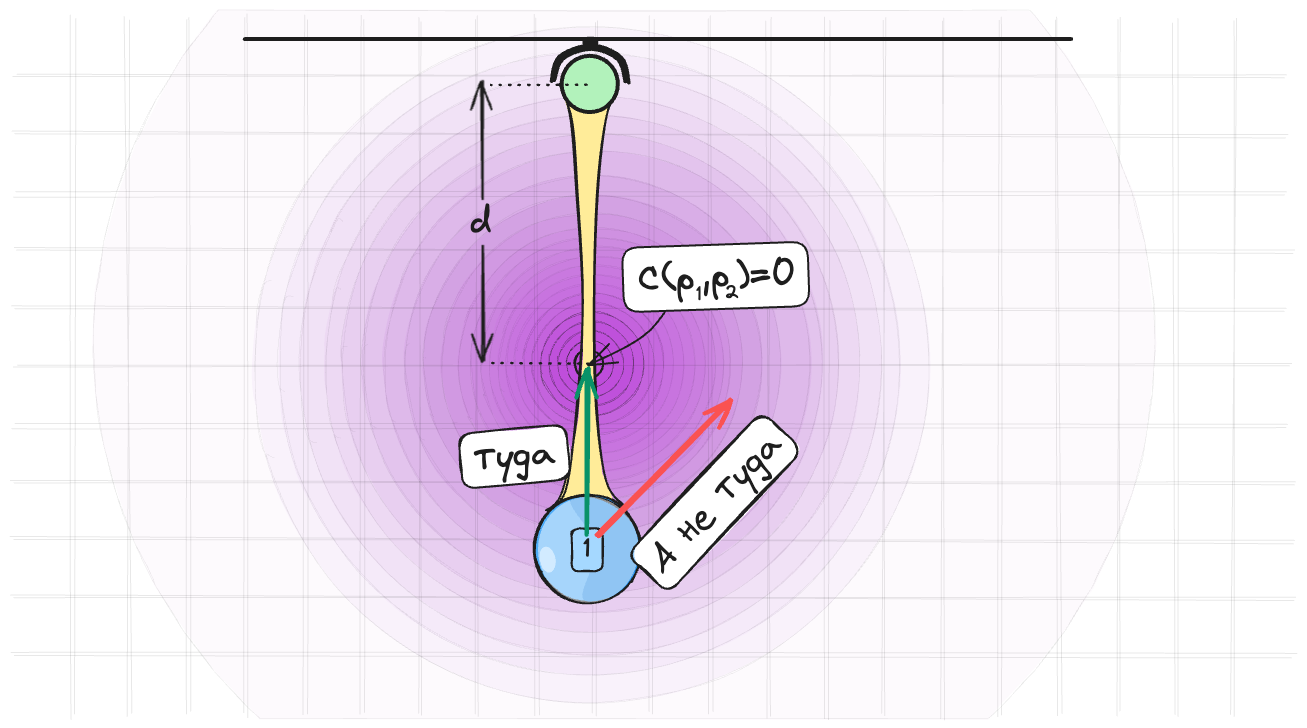
kozakromch/game_physics_2 keeps this Excalidraw diagram as assets/images/constraints/pbd/stretch_grad.excalidraw.png. Above is the earlier version. Source tidied: one line per element, renumbered; positions are measured from the earlier drawing's top-left corner, leaving out a move shared by most shapes.
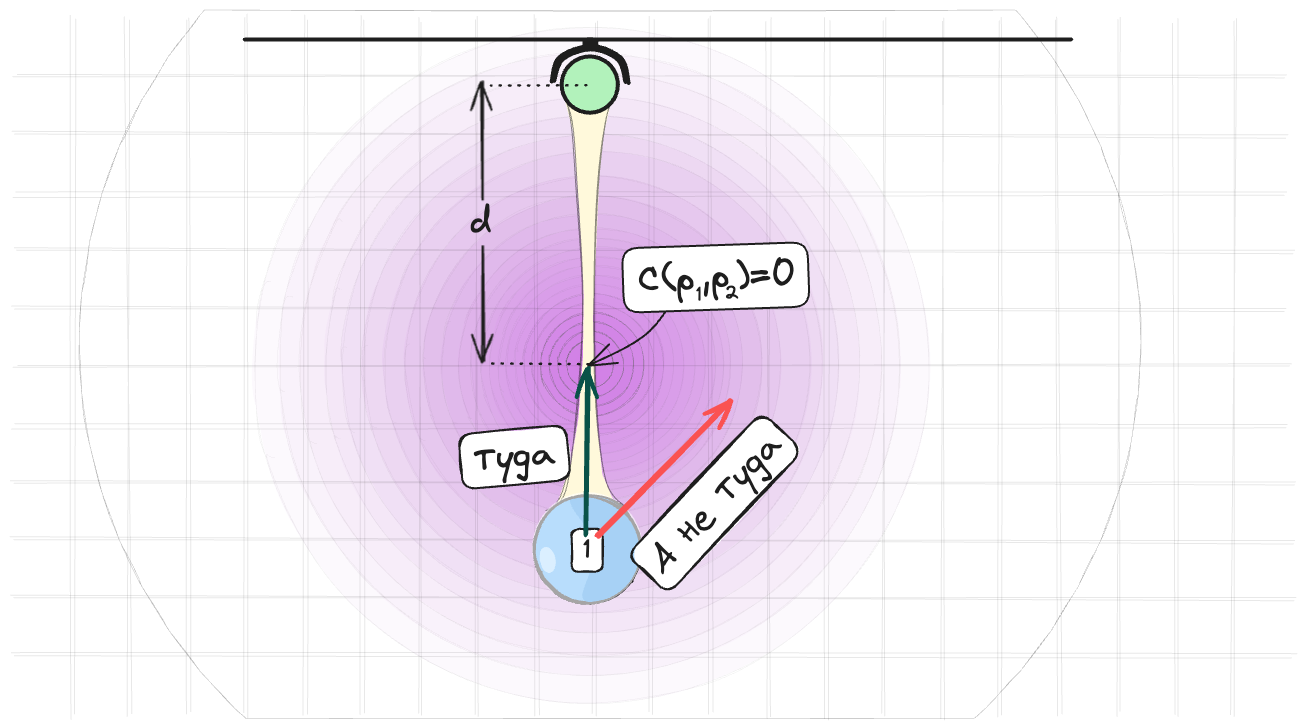
The same diagram one commit later.

Diff of the diagram source:
```diff
@@ -1,2 +1,1 @@
-{"id": 0, "type": "line", "strokeColor": "#1e1e1e", "backgroundColor": "hsla(288, 54%, 86%, 1)", "fillStyle": "solid", "strokeWidth": 0.5, "roughness": 1, "opacity": 10, "x": 1429, "y": 384, "width": 1062, "height": 708, "points": [[0, 0], [-8, 50], [-20, 99], [-38, 147], [-60, 193], [-87, 236], [-118, 277], [-153, 315], [-164, 324], [-893, 324], [-904, 315], [-939, 277], [-970, 236], [-997, 193], [-1019, 147], [-1036, 99], [-1049, 50], [-1057, 0], [-1059, -51], [-1057, -101], [-1049, -151], [-1036, -201], [-1019, -248], [-997, -294], [-970, -338], [-939, -378], [-934, -384], [-123, -384], [-118, -378], [-87, -338], [-60, -294], [-38, -248], [-20, -201], [-8, -151], [0, -101], [3, -51], [0, 0]]}
 {"id": 1, "type": "ellipse", "strokeColor": "#1e1e1e", "angle": 4.71, "backgroundColor": "hsla(287, 54%, 78%, 1)", "fillStyle": "solid", "strokeWidth": 0.5, "roughness": 1, "opacity": 10, "x": 530, "y": 17, "width": 675, "height": 675}
@@ -11,3 +10,3 @@
 {"id": 10, "type": "ellipse", "strokeColor": "#1e1e1e", "angle": 4.71, "backgroundColor": "#be4bdb", "fillStyle": "solid", "strokeWidth": 0.5, "roughness": 1, "opacity": 10, "x": 717, "y": 203, "width": 302, "height": 302}
-{"id": 11, "type": "ellipse", "strokeColor": "#1e1e1e", "angle": 4.71, "backgroundColor": "#be4bdb", "fillStyle": "solid", "strokeWidth": 0.5, "roughness": 1, "opacity": 10, "x": 734, "y": 218, "width": 272, "height": 272}
+{"id": 11, "type": "ellipse", "strokeColor": "#1e1e1e", "angle": 4.71, "backgroundColor": "#be4bdb", "fillStyle": "solid", "strokeWidth": 0.5, "roughness": 1, "opacity": 10, "x": 735, "y": 218, "width": 272, "height": 272}
 {"id": 12, "type": "ellipse", "strokeColor": "#1e1e1e", "angle": 4.71, "backgroundColor": "#be4bdb", "fillStyle": "solid", "strokeWidth": 0.5, "roughness": 1, "opacity": 10, "x": 746, "y": 227, "width": 254, "height": 254}
@@ -24,3 +23,4 @@
 {"id": 23, "type": "ellipse", "strokeColor": "#1e1e1e", "angle": 4.71, "backgroundColor": "#be4bdb", "fillStyle": "solid", "strokeWidth": 0.5, "roughness": 1, "opacity": 70, "x": 842, "y": 330, "width": 47, "height": 47}
-{"id": 24, "type": "ellipse", "strokeColor": "#1e1e1e", "angle": 4.71, "backgroundColor": "#be4bdb", "fillStyle": "solid", "strokeWidth": 2, "roughness": 1, "x": 851, "y": 340, "width": 28, "height": 28}
+{"id": 24, "type": "ellipse", "strokeColor": "transparent", "angle": 4.71, "backgroundColor": "#be4bdb", "fillStyle": "solid", "strokeWidth": 2, "roughness": 1, "x": 851, "y": 340, "width": 28, "height": 28}
+{"id": 0, "type": "line", "strokeColor": "#1e1e1e", "backgroundColor": "#ffffff", "fillStyle": "solid", "strokeWidth": 0.5, "roughness": 1, "opacity": 30, "x": 1415, "y": 383, "width": 1062, "height": 708, "points": [[0, 0], [-8, 50], [-20, 99], [-38, 147], [-60, 193], [-87, 236], [-118, 277], [-153, 315], [-164, 324], [-893, 324], [-904, 315], [-939, 277], [-970, 236], [-997, 193], [-1019, 147], [-1036, 99], [-1049, 50], [-1057, 0], [-1059, -51], [-1057, -101], [-1049, -151], [-1036, -201], [-1019, -248], [-997, -294], [-970, -338], [-939, -378], [-934, -384], [-123, -384], [-118, -378], [-87, -338], [-60, -294], [-38, -248], [-20, -201], [-8, -151], [0, -101], [3, -51], [0, 0]]}
 {"id": 25, "type": "ellipse", "strokeColor": "#1e1e1e", "angle": 4.71, "backgroundColor": "#be4bdb", "fillStyle": "solid", "strokeWidth": 0.5, "roughness": 1, "opacity": 10, "x": 859, "y": 349, "width": 10, "height": 10}
@@ -31,3 +31,3 @@
 {"id": 30, "type": "line", "strokeColor": "#1e1e1e", "backgroundColor": "#be4bdb", "fillStyle": "hachure", "strokeWidth": 1, "roughness": 2, "opacity": 10, "round": true, "x": 290, "y": 183, "width": 1273, "height": 0, "points": [[0, 0], [1273, 0]]}
-{"id": 31, "type": "line", "strokeColor": "#1e1e1e", "backgroundColor": "#be4bdb", "fillStyle": "hachure", "strokeWidth": 1, "roughness": 2, "opacity": 10, "round": true, "x": 290, "y": 531, "width": 1278, "height": 0, "points": [[0, 0], [1278, 0]]}
+{"id": 31, "type": "line", "strokeColor": "#1e1e1e", "backgroundColor": "#be4bdb", "fillStyle": "hachure", "strokeWidth": 1, "roughness": 2, "opacity": 10, "round": true, "x": 290, "y": 530, "width": 1278, "height": 0, "points": [[0, 0], [1278, 0]]}
 {"id": 32, "type": "line", "strokeColor": "#1e1e1e", "backgroundColor": "#be4bdb", "fillStyle": "hachure", "strokeWidth": 1, "roughness": 2, "opacity": 10, "round": true, "x": 290, "y": 240, "width": 1280, "height": 0, "points": [[0, 0], [1280, 0]]}
@@ -35,5 +35,5 @@
 {"id": 34, "type": "line", "strokeColor": "#1e1e1e", "backgroundColor": "#be4bdb", "fillStyle": "hachure", "strokeWidth": 1, "roughness": 2, "opacity": 10, "round": true, "x": 290, "y": 299, "width": 1271, "height": 0, "points": [[0, 0], [1271, 0]]}
-{"id": 35, "type": "line", "strokeColor": "#1e1e1e", "backgroundColor": "#be4bdb", "fillStyle": "hachure", "strokeWidth": 1, "roughness": 2, "opacity": 10, "round": true, "x": 290, "y": 647, "width": 1279, "height": 0, "points": [[0, 0], [1279, 0]]}
+{"id": 35, "type": "line", "strokeColor": "#1e1e1e", "backgroundColor": "#be4bdb", "fillStyle": "hachure", "strokeWidth": 1, "roughness": 2, "opacity": 10, "round": true, "x": 290, "y": 646, "width": 1279, "height": 0, "points": [[0, 0], [1279, 0]]}
 {"id": 36, "type": "line", "strokeColor": "#1e1e1e", "backgroundColor": "#be4bdb", "fillStyle": "hachure", "strokeWidth": 1, "roughness": 2, "opacity": 10, "round": true, "x": 291, "y": 356, "width": 1277, "height": 0, "points": [[0, 0], [1277, 0]]}
-{"id": 37, "type": "line", "strokeColor": "#1e1e1e", "angle": 1.57, "backgroundColor": "#be4bdb", "fillStyle": "hachure", "strokeWidth": 1, "roughness": 2, "opacity": 10, "round": true, "x": 581, "y": 355, "width": 696, "height": 0, "points": [[0, 0], [696, 0]]}
+{"id": 37, "type": "line", "strokeColor": "#1e1e1e", "angle": 1.57, "backgroundColor": "#be4bdb", "fillStyle": "hachure", "strokeWidth": 1, "roughness": 2, "opacity": 10, "round": true, "x": 581, "y": 354, "width": 696, "height": 0, "points": [[0, 0], [696, 0]]}
 {"id": 38, "type": "line", "strokeColor": "#1e1e1e", "angle": 1.57, "backgroundColor": "#be4bdb", "fillStyle": "hachure", "strokeWidth": 1, "roughness": 2, "opacity": 10, "round": true, "x": 233, "y": 356, "width": 696, "height": 0, "points": [[0, 0], [696, 0]]}
@@ -42,3 +42,3 @@
 {"id": 41, "type": "line", "strokeColor": "#1e1e1e", "angle": 1.57, "backgroundColor": "#be4bdb", "fillStyle": "hachure", "strokeWidth": 1, "roughness": 2, "opacity": 10, "round": true, "x": 465, "y": 356, "width": 697, "height": 0, "points": [[0, 0], [697, 0]]}
-{"id": 42, "type": "line", "strokeColor": "#1e1e1e", "angle": 1.57, "backgroundColor": "#be4bdb", "fillStyle": "hachure", "strokeWidth": 1, "roughness": 2, "opacity": 10, "round": true, "x": 116, "y": 357, "width": 697, "height": 0, "points": [[0, 0], [697, 0]]}
+{"id": 42, "type": "line", "strokeColor": "#1e1e1e", "angle": 1.57, "backgroundColor": "#be4bdb", "fillStyle": "hachure", "strokeWidth": 1, "roughness": 2, "opacity": 10, "round": true, "x": 116, "y": 356, "width": 697, "height": 0, "points": [[0, 0], [697, 0]]}
 {"id": 43, "type": "line", "strokeColor": "#1e1e1e", "angle": 1.57, "backgroundColor": "#be4bdb", "fillStyle": "hachure", "strokeWidth": 1, "roughness": 2, "opacity": 10, "round": true, "x": 406, "y": 356, "width": 697, "height": 0, "points": [[0, 0], [697, 0]]}
@@ -49,4 +49,4 @@
 {"id": 48, "type": "line", "strokeColor": "#1e1e1e", "angle": 1.57, "backgroundColor": "#be4bdb", "fillStyle": "hachure", "strokeWidth": 1, "roughness": 2, "opacity": 10, "round": true, "x": 639, "y": 356, "width": 697, "height": 0, "points": [[0, 0], [697, 0]]}
-{"id": 49, "type": "line", "strokeColor": "#1e1e1e", "angle": 1.57, "backgroundColor": "#be4bdb", "fillStyle": "hachure", "strokeWidth": 1, "roughness": 2, "opacity": 10, "round": true, "x": 929, "y": 357, "width": 696, "height": 0, "points": [[0, 0], [696, 0]]}
+{"id": 49, "type": "line", "strokeColor": "#1e1e1e", "angle": 1.57, "backgroundColor": "#be4bdb", "fillStyle": "hachure", "strokeWidth": 1, "roughness": 2, "opacity": 10, "round": true, "x": 929, "y": 356, "width": 696, "height": 0, "points": [[0, 0], [696, 0]]}
-{"id": 50, "type": "line", "strokeColor": "#1e1e1e", "angle": 1.57, "backgroundColor": "#be4bdb", "fillStyle": "hachure", "strokeWidth": 1, "roughness": 2, "opacity": 10, "round": true, "x": 871, "y": 357, "width": 697, "height": 0, "points": [[0, 0], [697, 0]]}
+{"id": 50, "type": "line", "strokeColor": "#1e1e1e", "angle": 1.57, "backgroundColor": "#be4bdb", "fillStyle": "hachure", "strokeWidth": 1, "roughness": 2, "opacity": 10, "round": true, "x": 871, "y": 356, "width": 697, "height": 0, "points": [[0, 0], [697, 0]]}
 {"id": 51, "type": "line", "strokeColor": "#1e1e1e", "angle": 1.57, "backgroundColor": "#be4bdb", "fillStyle": "hachure", "strokeWidth": 1, "roughness": 2, "opacity": 10, "round": true, "x": 1161, "y": 356, "width": 697, "height": 0, "points": [[0, 0], [697, 0]]}
@@ -54,15 +54,15 @@
 {"id": 53, "type": "line", "strokeColor": "#1e1e1e", "angle": 1.57, "backgroundColor": "#be4bdb", "fillStyle": "hachure", "strokeWidth": 1, "roughness": 2, "opacity": 10, "round": true, "x": 1103, "y": 356, "width": 697, "height": 0, "points": [[0, 0], [697, 0]]}
-{"id": 54, "type": "line", "strokeColor": "#1e1e1e", "angle": 1.57, "backgroundColor": "#be4bdb", "fillStyle": "hachure", "strokeWidth": 1, "roughness": 2, "opacity": 10, "round": true, "x": 755, "y": 357, "width": 697, "height": 0, "points": [[0, 0], [697, 0]]}
+{"id": 54, "type": "line", "strokeColor": "#1e1e1e", "angle": 1.57, "backgroundColor": "#be4bdb", "fillStyle": "hachure", "strokeWidth": 1, "roughness": 2, "opacity": 10, "round": true, "x": 755, "y": 356, "width": 697, "height": 0, "points": [[0, 0], [697, 0]]}
 {"id": 55, "type": "line", "strokeColor": "#1e1e1e", "angle": 1.57, "backgroundColor": "#be4bdb", "fillStyle": "hachure", "strokeWidth": 1, "roughness": 2, "opacity": 10, "round": true, "x": 1045, "y": 357, "width": 697, "height": 0, "points": [[0, 0], [697, 0]]}
 {"id": 56, "type": "line", "strokeColor": "#1e1e1e", "angle": 1.57, "backgroundColor": "#be4bdb", "fillStyle": "hachure", "strokeWidth": 1, "roughness": 2, "opacity": 10, "round": true, "x": 697, "y": 356, "width": 697, "height": 0, "points": [[0, 0], [697, 0]]}
-{"id": 57, "type": "line", "strokeColor": "#1e1e1e", "angle": 1.57, "backgroundColor": "#be4bdb", "fillStyle": "hachure", "strokeWidth": 1, "roughness": 2, "opacity": 10, "round": true, "x": 987, "y": 357, "width": 696, "height": 0, "points": [[0, 0], [696, 0]]}
+{"id": 57, "type": "line", "strokeColor": "#1e1e1e", "angle": 1.57, "backgroundColor": "#be4bdb", "fillStyle": "hachure", "strokeWidth": 1, "roughness": 2, "opacity": 10, "round": true, "x": 987, "y": 356, "width": 696, "height": 0, "points": [[0, 0], [696, 0]]}
-{"id": 58, "type": "line", "strokeColor": "transparent", "angle": 4.72, "backgroundColor": "#ffec99", "fillStyle": "solid", "strokeWidth": 1, "roughness": 0, "x": 861, "y": 279, "width": 424, "height": 59, "points": [[0, 0], [89, -5], [165, -12], [214, -26], [201, 9], [198, 27], [162, 19], [116, 15], [-23, 9], [-86, 12], [-130, 14], [-178, 20], [-209, 33], [-200, 5], [-209, -25], [-168, -12], [-123, -5], [-62, 0], [0, 0]]}
+{"id": 58, "type": "line", "strokeColor": "transparent", "angle": 4.72, "backgroundColor": "#fff9db", "fillStyle": "solid", "strokeWidth": 1, "roughness": 0, "x": 861, "y": 279, "width": 424, "height": 59, "points": [[0, 0], [89, -5], [165, -12], [214, -26], [201, 9], [198, 27], [162, 19], [116, 15], [-23, 9], [-86, 12], [-130, 14], [-178, 20], [-209, 33], [-200, 5], [-209, -25], [-168, -12], [-123, -5], [-62, 0], [0, 0]]}
-{"id": 59, "type": "line", "strokeColor": "#1e1e1e", "angle": 3.84, "strokeWidth": 2, "roughness": 1, "round": true, "x": 761, "y": 131, "width": 272, "height": 314, "points": [[0, 0], [30, 8], [85, 59], [158, 142], [224, 226], [264, 286], [272, 314]]}
+{"id": 59, "type": "line", "strokeColor": "#1e1e1e", "angle": 3.84, "strokeWidth": 1, "roughness": 1, "opacity": 50, "round": true, "x": 761, "y": 131, "width": 272, "height": 314, "points": [[0, 0], [30, 8], [85, 59], [158, 142], [224, 226], [264, 286], [272, 314]]}
-{"id": 60, "type": "line", "strokeColor": "#1e1e1e", "angle": 4.09, "strokeWidth": 2, "roughness": 1, "round": true, "x": 999, "y": 418, "width": 338, "height": 261, "points": [[0, 0], [-36, -13], [-95, -49], [-192, -110], [-279, -181], [-332, -236], [-338, -261]]}
+{"id": 60, "type": "line", "strokeColor": "#1e1e1e", "angle": 4.09, "strokeWidth": 1, "roughness": 1, "opacity": 50, "round": true, "x": 999, "y": 418, "width": 338, "height": 261, "points": [[0, 0], [-36, -13], [-95, -49], [-192, -110], [-279, -181], [-332, -236], [-338, -261]]}
 {"id": 61, "type": "ellipse", "strokeColor": "#1e1e1e", "angle": 2.4, "backgroundColor": "#4dabf7", "fillStyle": "solid", "strokeWidth": 2, "roughness": 1, "x": 810, "y": 485, "width": 108, "height": 108}
 {"id": 62, "type": "line", "strokeColor": "transparent", "angle": 4.37, "backgroundColor": "#228be6", "fillStyle": "solid", "strokeWidth": 1, "roughness": 0, "round": true, "x": 871, "y": 570, "width": 106, "height": 73, "points": [[0, 0], [-18, -5], [-31, -15], [-42, -32], [-46, -55], [-36, -73], [6, -44], [53, -53], [60, -46], [54, -27], [43, -13], [25, -2], [0, 0]]}
-{"id": 63, "type": "ellipse", "strokeColor": "#a5d8ff", "angle": 4.54, "backgroundColor": "#a5d8ff", "fillStyle": "solid", "strokeWidth": 1, "roughness": 1, "round": true, "x": 811, "y": 543, "width": 25, "height": 14}
+{"id": 63, "type": "ellipse", "strokeColor": "#a5d8ff", "angle": 4.54, "backgroundColor": "#a5d8ff", "fillStyle": "solid", "strokeWidth": 1, "roughness": 1, "round": true, "x": 811, "y": 542, "width": 25, "height": 14}
 {"id": 64, "type": "ellipse", "strokeColor": "#1e1e1e", "angle": 3.84, "strokeWidth": 2, "roughness": 1, "round": true, "x": 810, "y": 487, "width": 108, "height": 105}
-{"id": 65, "type": "ellipse", "strokeColor": "transparent", "angle": 4.71, "backgroundColor": "#ffffff", "fillStyle": "solid", "strokeWidth": 4, "roughness": 0, "opacity": 50, "round": true, "x": 811, "y": 489, "width": 106, "height": 101}
+{"id": 65, "type": "ellipse", "strokeColor": "transparent", "angle": 4.71, "backgroundColor": "#ffffff", "fillStyle": "solid", "strokeWidth": 4, "roughness": 0, "opacity": 60, "round": true, "x": 807, "y": 483, "width": 113, "height": 110}
-{"id": 66, "type": "rectangle", "strokeColor": "#1e1e1e", "angle": 6.28, "backgroundColor": "#a5d8ff", "fillStyle": "solid", "strokeWidth": 2, "roughness": 1, "round": true, "x": 848, "y": 518, "width": 31, "height": 43}
+{"id": 66, "type": "rectangle", "strokeColor": "#1e1e1e", "angle": 6.28, "backgroundColor": "#ffffff", "fillStyle": "solid", "strokeWidth": 2, "roughness": 1, "round": true, "x": 848, "y": 518, "width": 31, "height": 43}
 {"id": 67, "type": "text", "text": "1", "strokeColor": "#1e1e1e", "angle": 6.28, "backgroundColor": "#ffffff", "fillStyle": "solid", "strokeWidth": 2, "roughness": 1, "fontSize": 26.31, "fontFamily": 1, "textAlign": "center", "verticalAlign": "middle", "inside": 66, "x": 860, "y": 523, "width": 7, "height": 33}
@@ -78,3 +78,3 @@
 {"id": 77, "type": "text", "text": "2", "strokeColor": "#1e1e1e", "angle": 6.26, "backgroundColor": "#ffffff", "fillStyle": "solid", "strokeWidth": 2, "roughness": 0, "fontSize": 20, "fontFamily": 1, "x": 1000, "y": 270, "width": 14, "height": 25}
-{"id": 78, "type": "arrow", "strokeColor": "#099268", "angle": 4.71, "backgroundColor": "#ffec99", "fillStyle": "solid", "strokeWidth": 4, "roughness": 1, "endArrowhead": "arrow", "round": true, "from": 10, "x": 780, "y": 440, "width": 167, "height": 3, "points": [[0, 0], [167, 3]]}
+{"id": 78, "type": "arrow", "strokeColor": "#095248", "angle": 4.71, "backgroundColor": "#ffec99", "fillStyle": "solid", "strokeWidth": 4, "roughness": 1, "endArrowhead": "arrow", "round": true, "from": 10, "x": 780, "y": 439, "width": 167, "height": 3, "points": [[0, 0], [167, 3]]}
 {"id": 79, "type": "rectangle", "strokeColor": "#1e1e1e", "angle": 6.19, "backgroundColor": "#ffffff", "fillStyle": "solid", "strokeWidth": 2, "roughness": 1, "round": true, "x": 737, "y": 419, "width": 108, "height": 55}
```
